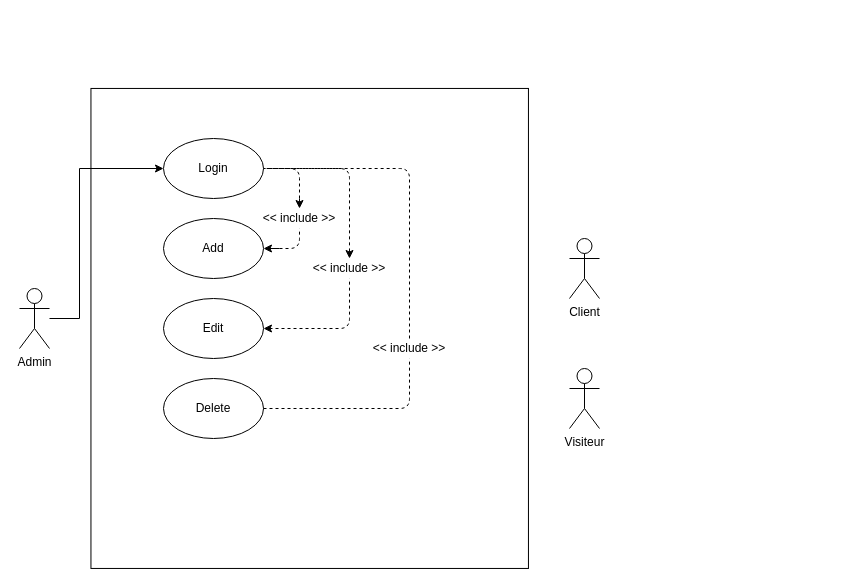
Above: Conseption-Back/UML/useCase.dio in Douaa19/PFR (draw.io), before the change. Source tidied: cells renumbered, new cells numbered last; positions are measured from the earlier drawing's top-left corner, leaving out a move shared by most shapes. Both pictures are drawn from the tidied source at 100%, with x=0, y=0 at pixel (19, 109).
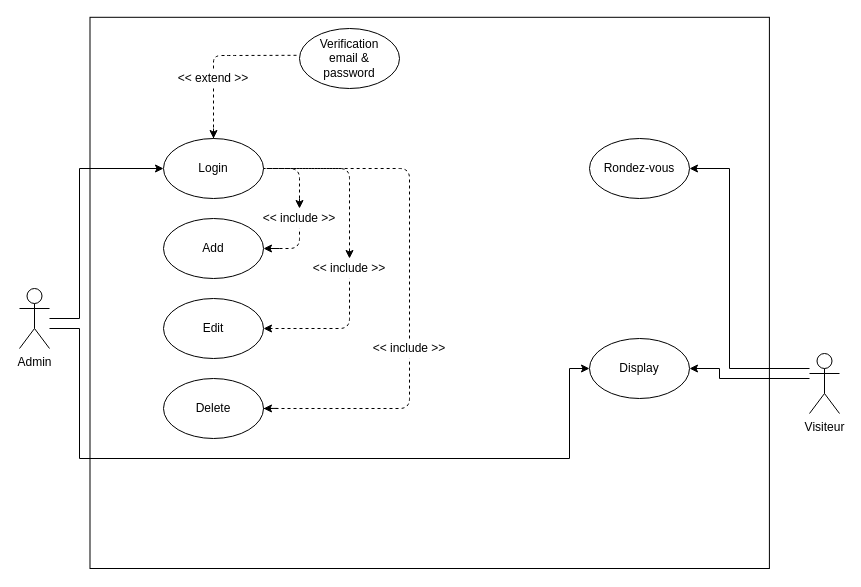
The same diagram, later.

Change to the diagram source:
```diff
@@
     <mxCell id="4" style="rounded=0;whiteSpace=wrap;html=1;rotation=90;fillColor=none;" parent="1" vertex="1">
-      <mxGeometry x="50.2" y="0.2" width="480" height="437.5" as="geometry" />
+      <mxGeometry x="134.6" y="-156.3" width="551.2" height="679.4" as="geometry" />
     </mxCell>
-    <mxCell id="5" style="ellipse;whiteSpace=wrap;html=1;fillColor=none;" parent="1" vertex="1">
+    <mxCell id="5" style="ellipse;whiteSpace=wrap;html=1;" parent="1" vertex="1">
       <mxGeometry x="144" y="29" width="100" height="60" as="geometry" />
     </mxCell>
@@
-    <mxCell id="7" style="ellipse;whiteSpace=wrap;html=1;fillColor=none;" parent="1" vertex="1">
+    <mxCell id="7" style="ellipse;whiteSpace=wrap;html=1;" parent="1" vertex="1">
       <mxGeometry x="144" y="109" width="100" height="60" as="geometry" />
     </mxCell>
@@
-    <mxCell id="9" style="ellipse;whiteSpace=wrap;html=1;fillColor=none;" parent="1" vertex="1">
+    <mxCell id="9" style="ellipse;whiteSpace=wrap;html=1;" parent="1" vertex="1">
       <mxGeometry x="144" y="189" width="100" height="60" as="geometry" />
     </mxCell>
@@
-    <mxCell id="11" style="ellipse;whiteSpace=wrap;html=1;fillColor=none;" parent="1" vertex="1">
+    <mxCell id="11" style="ellipse;whiteSpace=wrap;html=1;" parent="1" vertex="1">
       <mxGeometry x="144" y="269" width="100" height="60" as="geometry" />
     </mxCell>
@@
-    <mxCell id="13" value="Client" style="shape=umlActor;verticalLabelPosition=bottom;verticalAlign=top;html=1;" parent="1" vertex="1">
-      <mxGeometry x="550" y="129" width="30" height="60" as="geometry" />
-    </mxCell>
     <mxCell id="14" value="Visiteur" style="shape=umlActor;verticalLabelPosition=bottom;verticalAlign=top;html=1;outlineConnect=0;" parent="1" vertex="1">
-      <mxGeometry x="550" y="259" width="30" height="60" as="geometry" />
+      <mxGeometry x="790" y="244" width="30" height="60" as="geometry" />
     </mxCell>
@@
+    <mxCell id="28" style="ellipse;whiteSpace=wrap;html=1;" parent="1" vertex="1">
+      <mxGeometry x="570" y="29" width="100" height="60" as="geometry" />
+    </mxCell>
+    <mxCell id="29" value="Rondez-vous" style="text;html=1;strokeColor=none;fillColor=none;align=center;verticalAlign=middle;whiteSpace=wrap;rounded=0;" parent="1" vertex="1">
+      <mxGeometry x="575" y="49" width="90" height="20" as="geometry" />
+    </mxCell>
+    <mxCell id="30" style="edgeStyle=orthogonalEdgeStyle;rounded=0;jettySize=auto;html=1;" parent="1" edge="1" source="14">
+      <mxGeometry relative="1" as="geometry">
+        <mxPoint x="670" y="59" as="targetPoint" />
+        <Array as="points">
+          <mxPoint x="710" y="259" />
+          <mxPoint x="710" y="59" />
+        </Array>
+      </mxGeometry>
+    </mxCell>
+    <mxCell id="31" style="ellipse;whiteSpace=wrap;html=1;" parent="1" vertex="1">
+      <mxGeometry x="280" y="-81" width="100" height="60" as="geometry" />
+    </mxCell>
+    <mxCell id="32" style="endArrow=none;dashed=1;html=1;entryX=-0.059;entryY=0.42;entryDx=0;entryDy=0;entryPerimeter=0;exitX=0.5;exitY=0;exitDx=0;exitDy=0;" parent="1" edge="1" source="34" target="33">
+      <mxGeometry relative="1" as="geometry">
+        <Array as="points">
+          <mxPoint x="194" y="-54" />
+          <mxPoint x="210" y="-54" />
+        </Array>
+      </mxGeometry>
+    </mxCell>
+    <mxCell id="33" value="Verification email &amp;amp; password" style="text;html=1;strokeColor=none;fillColor=none;align=center;verticalAlign=middle;whiteSpace=wrap;rounded=0;" parent="1" vertex="1">
+      <mxGeometry x="285" y="-71" width="90" height="40" as="geometry" />
+    </mxCell>
+    <mxCell id="34" value="&amp;lt;&amp;lt; extend &amp;gt;&amp;gt;" style="text;html=1;strokeColor=none;fillColor=none;align=center;verticalAlign=middle;whiteSpace=wrap;rounded=0;rotation=0;" parent="1" vertex="1">
+      <mxGeometry x="154" y="-41" width="80" height="20" as="geometry" />
+    </mxCell>
+    <mxCell id="35" style="endArrow=none;dashed=1;html=1;entryX=0.5;entryY=0;entryDx=0;entryDy=0;exitX=0.5;exitY=1;exitDx=0;exitDy=0;" parent="1" edge="1" source="34" target="5">
+      <mxGeometry relative="1" as="geometry" />
+    </mxCell>
+    <mxCell id="36" style="endArrow=classic;html=1;entryX=0.5;entryY=0;entryDx=0;entryDy=0;" parent="1" edge="1" target="5">
+      <mxGeometry relative="1" as="geometry">
+        <mxPoint x="194" y="19" as="sourcePoint" />
+      </mxGeometry>
+    </mxCell>
+    <mxCell id="37" style="ellipse;whiteSpace=wrap;html=1;" parent="1" vertex="1">
+      <mxGeometry x="570" y="229" width="100" height="60" as="geometry" />
+    </mxCell>
+    <mxCell id="38" value="Display" style="text;html=1;strokeColor=none;fillColor=none;align=center;verticalAlign=middle;whiteSpace=wrap;rounded=0;" parent="1" vertex="1">
+      <mxGeometry x="575" y="249" width="90" height="20" as="geometry" />
+    </mxCell>
+    <mxCell id="39" style="edgeStyle=orthogonalEdgeStyle;rounded=0;jettySize=auto;html=1;entryX=1;entryY=0.5;entryDx=0;entryDy=0;" parent="1" edge="1" source="14" target="37">
+      <mxGeometry relative="1" as="geometry">
+        <Array as="points">
+          <mxPoint x="700" y="269" />
+          <mxPoint x="700" y="259" />
+        </Array>
+      </mxGeometry>
+    </mxCell>
+    <mxCell id="40" style="edgeStyle=orthogonalEdgeStyle;rounded=0;jettySize=auto;html=1;entryX=0;entryY=0.5;entryDx=0;entryDy=0;" parent="1" edge="1" target="37">
+      <mxGeometry relative="1" as="geometry">
+        <mxPoint x="30" y="219" as="sourcePoint" />
+        <Array as="points">
+          <mxPoint x="60" y="219" />
+          <mxPoint x="60" y="349" />
+          <mxPoint x="550" y="349" />
+          <mxPoint x="550" y="259" />
+        </Array>
+      </mxGeometry>
+    </mxCell>
+    <mxCell id="41" style="endArrow=classic;html=1;" parent="1" edge="1">
+      <mxGeometry relative="1" as="geometry">
+        <mxPoint x="258" y="298.9" as="sourcePoint" />
+        <mxPoint x="244" y="299" as="targetPoint" />
+      </mxGeometry>
+    </mxCell>
```
